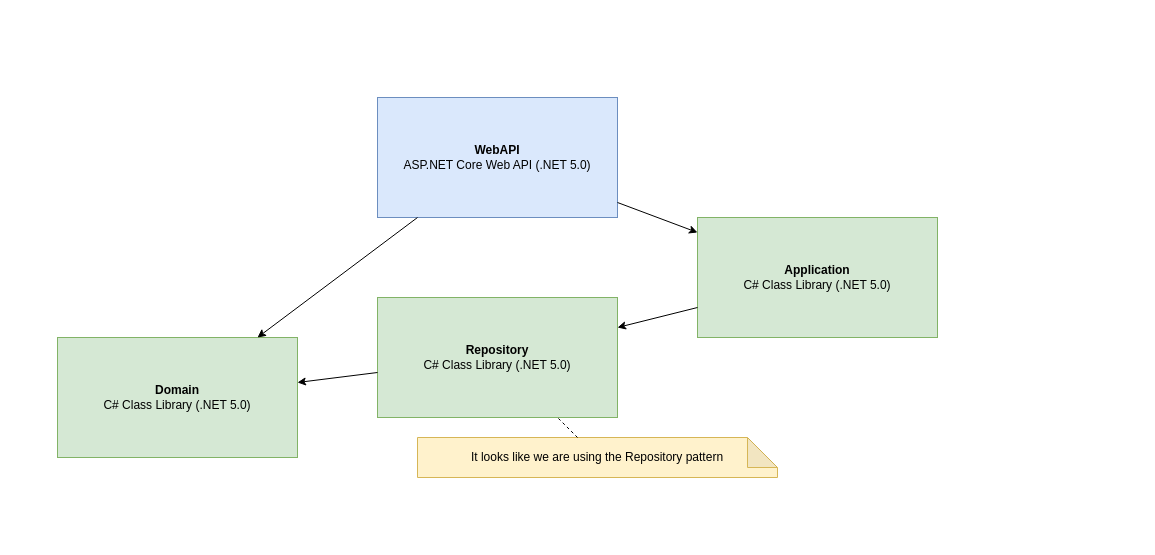
Earlier version of the draw.io diagram Docs/Diagramming.drawio (eeoooue/DockerTodos-Fork). Source tidied: cells renumbered, new cells numbered last; positions are measured from the earlier drawing's top-left corner, leaving out a move shared by most shapes. Both pictures are drawn from the tidied source at 100%, with x=0, y=0 at pixel (57, 97).
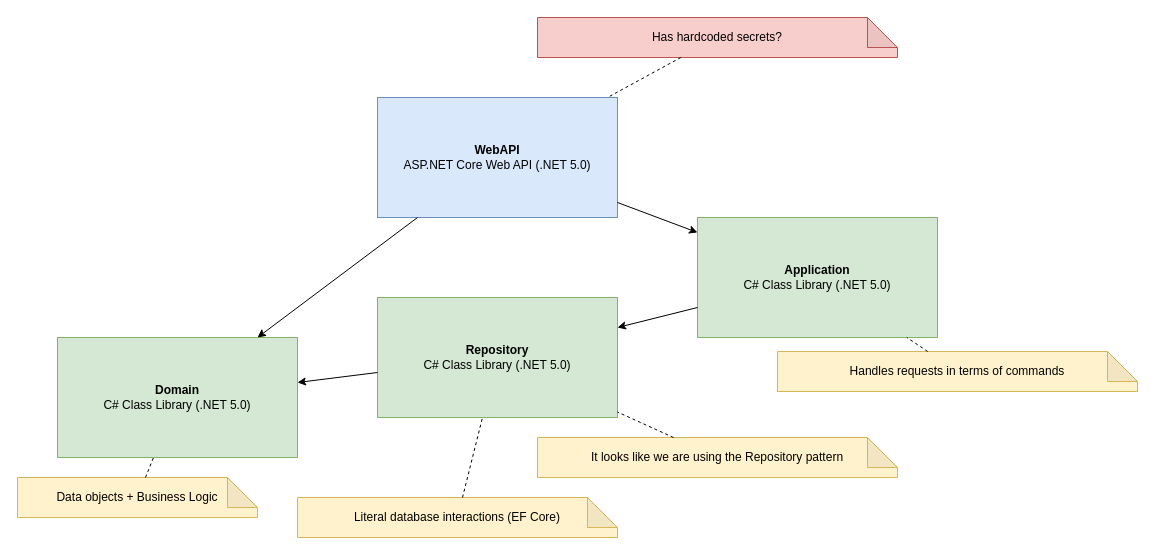
Above is the later version.

Change to the diagram source:
```diff
@@
 <mxGraphModel>
   <root>
     <mxCell id="0" />
     <mxCell id="1" parent="0" />
     <mxCell id="2" value="&lt;b&gt;WebAPI&lt;/b&gt;&lt;br&gt;ASP.NET Core Web API (.NET 5.0)" style="rounded=0;whiteSpace=wrap;html=1;fillColor=#dae8fc;strokeColor=#6c8ebf;" parent="1" vertex="1">
       <mxGeometry x="320" width="240" height="120" as="geometry" />
     </mxCell>
     <mxCell id="3" value="&lt;b&gt;Domain&lt;/b&gt;&lt;br&gt;C# Class Library (.NET 5.0)" style="rounded=0;whiteSpace=wrap;html=1;fillColor=#d5e8d4;strokeColor=#82b366;" parent="1" vertex="1">
       <mxGeometry y="240" width="240" height="120" as="geometry" />
     </mxCell>
     <mxCell id="4" value="&lt;b&gt;Repository&lt;/b&gt;&lt;br&gt;C# Class Library (.NET 5.0)" style="rounded=0;whiteSpace=wrap;html=1;fillColor=#d5e8d4;strokeColor=#82b366;" parent="1" vertex="1">
       <mxGeometry x="320" y="200" width="240" height="120" as="geometry" />
     </mxCell>
     <mxCell id="5" value="&lt;b&gt;Application&lt;/b&gt;&lt;br&gt;C# Class Library (.NET 5.0)" style="rounded=0;whiteSpace=wrap;html=1;fillColor=#d5e8d4;strokeColor=#82b366;" parent="1" vertex="1">
       <mxGeometry x="640" y="120" width="240" height="120" as="geometry" />
     </mxCell>
     <mxCell id="6" style="endArrow=classic;html=1;rounded=0;" parent="1" edge="1" source="2" target="5">
       <mxGeometry relative="1" as="geometry" />
     </mxCell>
     <mxCell id="7" style="endArrow=classic;html=1;rounded=0;" parent="1" edge="1" source="2" target="3">
       <mxGeometry relative="1" as="geometry" />
     </mxCell>
     <mxCell id="8" style="endArrow=classic;html=1;rounded=0;" parent="1" edge="1" source="5" target="4">
       <mxGeometry relative="1" as="geometry" />
     </mxCell>
     <mxCell id="9" style="endArrow=classic;html=1;rounded=0;" parent="1" edge="1" source="4" target="3">
       <mxGeometry relative="1" as="geometry" />
     </mxCell>
     <mxCell id="10" value="It looks like we are using the Repository pattern" style="shape=note;whiteSpace=wrap;html=1;backgroundOutline=1;darkOpacity=0.05;fillColor=#fff2cc;strokeColor=#d6b656;" parent="1" vertex="1">
-      <mxGeometry x="360" y="340" width="360" height="40" as="geometry" />
+      <mxGeometry x="480" y="340" width="360" height="40" as="geometry" />
     </mxCell>
     <mxCell id="11" style="endArrow=none;dashed=1;html=1;rounded=0;" parent="1" edge="1" source="10" target="4">
       <mxGeometry relative="1" as="geometry" />
     </mxCell>
+    <mxCell id="12" value="Has hardcoded secrets?" style="shape=note;whiteSpace=wrap;html=1;backgroundOutline=1;darkOpacity=0.05;fillColor=#f8cecc;strokeColor=#b85450;" parent="1" vertex="1">
+      <mxGeometry x="480" y="-80" width="360" height="40" as="geometry" />
+    </mxCell>
+    <mxCell id="13" style="endArrow=none;dashed=1;html=1;rounded=0;" parent="1" edge="1" source="12" target="2">
+      <mxGeometry relative="1" as="geometry" />
+    </mxCell>
+    <mxCell id="14" value="Handles requests in terms of commands" style="shape=note;whiteSpace=wrap;html=1;backgroundOutline=1;darkOpacity=0.05;fillColor=#fff2cc;strokeColor=#d6b656;" parent="1" vertex="1">
+      <mxGeometry x="720" y="254" width="360" height="40" as="geometry" />
+    </mxCell>
+    <mxCell id="15" style="endArrow=none;dashed=1;html=1;rounded=0;" parent="1" edge="1" source="14" target="5">
+      <mxGeometry relative="1" as="geometry" />
+    </mxCell>
+    <mxCell id="16" value="Data objects + Business Logic" style="shape=note;whiteSpace=wrap;html=1;backgroundOutline=1;darkOpacity=0.05;fillColor=#fff2cc;strokeColor=#d6b656;" parent="1" vertex="1">
+      <mxGeometry x="-40" y="380" width="240" height="40" as="geometry" />
+    </mxCell>
+    <mxCell id="17" style="endArrow=none;dashed=1;html=1;rounded=0;" parent="1" edge="1" source="16" target="3">
+      <mxGeometry relative="1" as="geometry" />
+    </mxCell>
+    <mxCell id="18" value="Literal database interactions (EF Core)" style="shape=note;whiteSpace=wrap;html=1;backgroundOutline=1;darkOpacity=0.05;fillColor=#fff2cc;strokeColor=#d6b656;" parent="1" vertex="1">
+      <mxGeometry x="240" y="400" width="320" height="40" as="geometry" />
+    </mxCell>
+    <mxCell id="19" style="endArrow=none;dashed=1;html=1;rounded=0;" parent="1" edge="1" source="18" target="4">
+      <mxGeometry relative="1" as="geometry" />
+    </mxCell>
   </root>
 </mxGraphModel>
```
